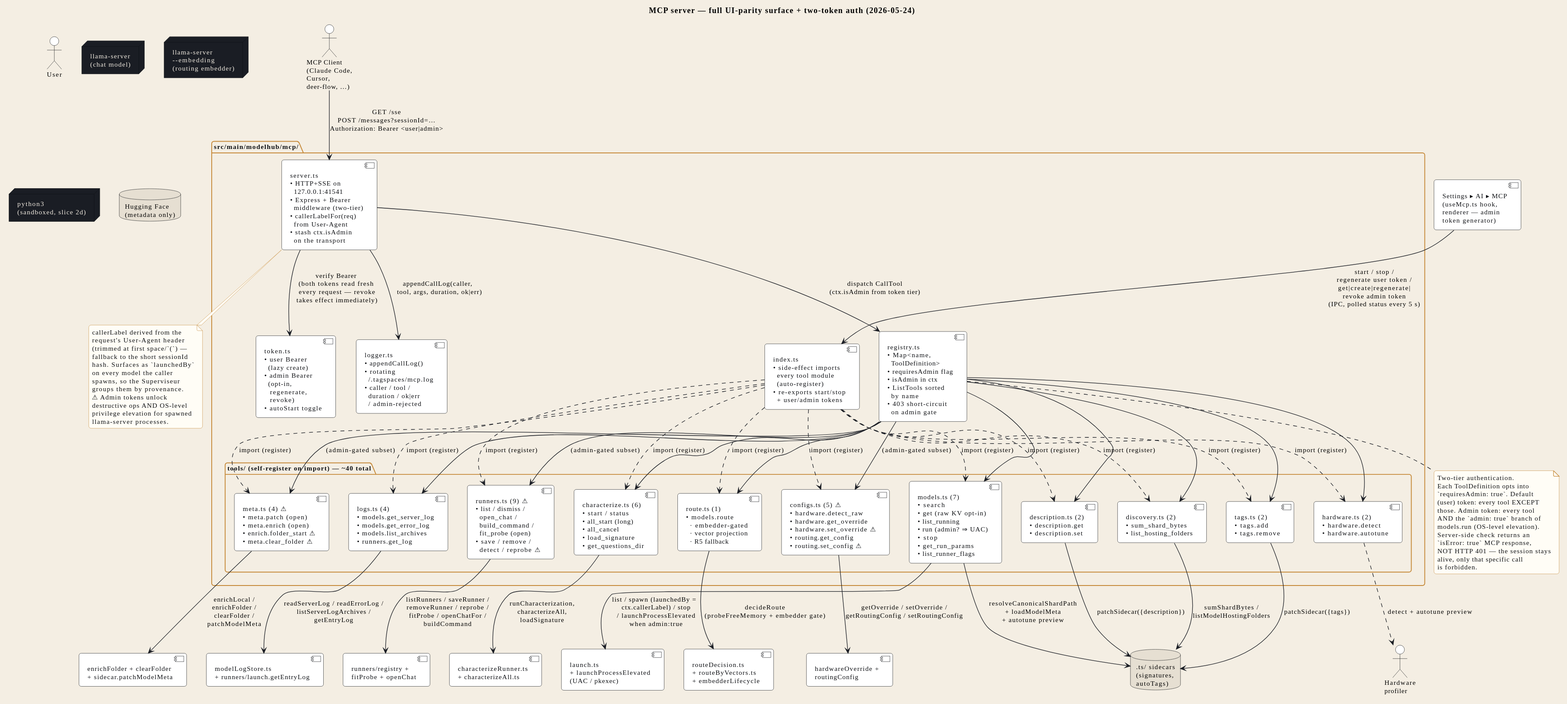
This is docs/en/svg/mcp-server.svg from Syphys/maestria, a PlantUML export, as it was before one commit.
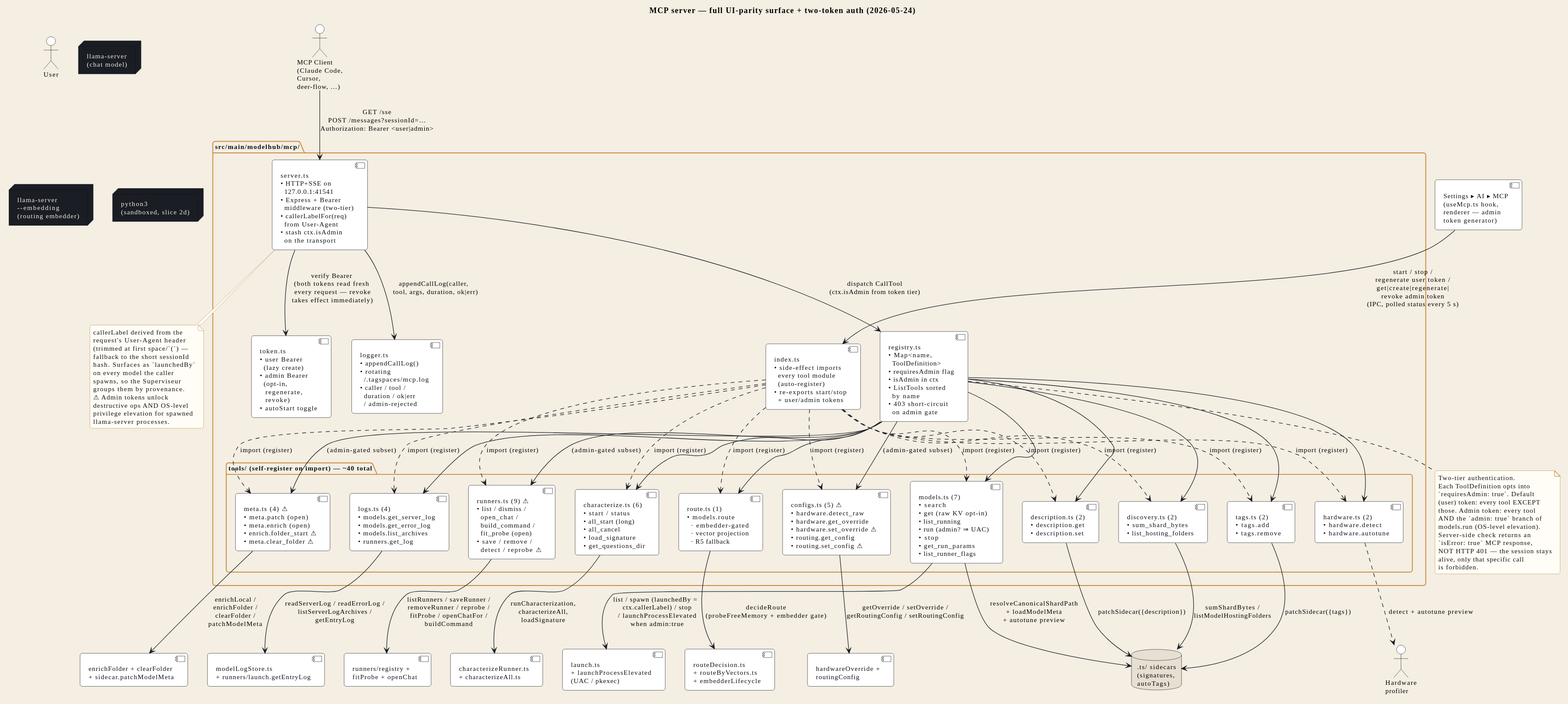
The same file after the commit.

The edit, as a diff of the source:
```diff
@@ -2,23 +2,23 @@
 !include ../_includes/style.iuml
 !include ../_includes/actors.iuml
 
-title MCP server — full UI-parity surface + two-token auth (2026-05-24)
+title STR_MCPDIA_TITLE
 
 package "src/main/modelhub/mcp/" as MCP_PKG {
-  component "index.ts\n• side-effect imports\n  every tool module\n  (auto-register)\n• re-exports start/stop\n  + user/admin tokens" as INDEX
-  component "server.ts\n• HTTP+SSE on\n  127.0.0.1:41541\n• Express + Bearer\n  middleware (two-tier)\n• callerLabelFor(req)\n  from User-Agent\n• stash ctx.isAdmin\n  on the transport" as SERVER
-  component "registry.ts\n• Map<name,\n  ToolDefinition>\n• requiresAdmin flag\n• isAdmin in ctx\n• ListTools sorted\n  by name\n• 403 short-circuit\n  on admin gate" as REG
-  component "token.ts\n• user Bearer\n  (lazy create)\n• admin Bearer\n  (opt-in,\n   regenerate,\n   revoke)\n• autoStart toggle" as TOKEN
-  component "logger.ts\n• appendCallLog()\n• rotating\n  ~/.tagspaces/mcp.log\n• caller / tool /\n  duration / ok|err\n  / admin-rejected" as LOGGER
+  component "STR_MCPDIA_INDEX" as INDEX
+  component "STR_MCPDIA_SERVER" as SERVER
+  component "STR_MCPDIA_REG" as REG
+  component "STR_MCPDIA_TOKEN" as TOKEN
+  component "STR_MCPDIA_LOGGER" as LOGGER
 
-  package "tools/ (self-register on import) — ~40 total" as TOOLS {
-    component "models.ts (7)\n• search\n• get  (raw KV opt-in)\n• list_running\n• run (admin? ⇒ UAC)\n• stop\n• get_run_params\n• list_runner_flags" as T_MODELS
-    component "route.ts (1)\n• models.route\n  · embedder-gated\n  · vector projection\n  · R5 fallback" as T_ROUTE
+  package "STR_MCPDIA_TOOLS_PKG_LABEL" as TOOLS {
+    component "STR_MCPDIA_T_MODELS" as T_MODELS
+    component "STR_MCPDIA_T_ROUTE" as T_ROUTE
     component "characterize.ts (6)\n• start / status\n• all_start (long)\n• all_cancel\n• load_signature\n• get_questions_dir" as T_CHAR
     component "logs.ts (4)\n• models.get_server_log\n• models.get_error_log\n• models.list_archives\n• runners.get_log" as T_LOGS
-    component "meta.ts (4) ⚠\n• meta.patch (open)\n• meta.enrich (open)\n• enrich.folder_start ⚠\n• meta.clear_folder ⚠" as T_META
+    component "STR_MCPDIA_T_META" as T_META
     component "discovery.ts (2)\n• sum_shard_bytes\n• list_hosting_folders" as T_DISC
-    component "runners.ts (9) ⚠\n• list / dismiss /\n  open_chat /\n  build_command /\n  fit_probe (open)\n• save / remove /\n  detect / reprobe ⚠" as T_RUNN
+    component "STR_MCPDIA_T_RUNN" as T_RUNN
     component "configs.ts (5) ⚠\n• hardware.detect_raw\n• hardware.get_override\n• hardware.set_override ⚠\n• routing.get_config\n• routing.set_config ⚠" as T_CFG
     component "tags.ts (2)\n• tags.add\n• tags.remove" as T_TAGS
     component "description.ts (2)\n• description.get\n• description.set" as T_DESC
@@ -33,21 +33,21 @@
 component "enrichFolder + clearFolder\n+ sidecar.patchModelMeta" as META_CORE
 component "runners/registry +\nfitProbe + openChat" as RUNN_CORE
 component "hardwareOverride +\nroutingConfig" as CFG_CORE
-component "Settings ▸ AI ▸ MCP\n(useMcp.ts hook,\nrenderer — admin\ntoken generator)" as UI_SETTINGS_R
+component "STR_MCPDIA_UI_SETTINGS_R" as UI_SETTINGS_R
 
 MCP_CLIENT --> SERVER : GET /sse\nPOST /messages?sessionId=…\nAuthorization: Bearer <user|admin>
-SERVER --> TOKEN : verify Bearer\n(both tokens read fresh\n every request — revoke\n takes effect immediately)
-SERVER --> REG : dispatch CallTool\n(ctx.isAdmin from token tier)
-SERVER --> LOGGER : appendCallLog(caller,\n  tool, args, duration, ok|err)
+SERVER --> TOKEN : STR_MCPDIA_REL_VERIFY_BEARER
+SERVER --> REG : STR_MCPDIA_REL_DISPATCH
+SERVER --> LOGGER : STR_MCPDIA_REL_APPEND_LOG
 
 REG --> T_MODELS
 REG --> T_ROUTE
 REG --> T_CHAR
 REG --> T_LOGS
-REG --> T_META : (admin-gated subset)
+REG --> T_META : STR_MCPDIA_REL_ADMIN_GATED
 REG --> T_DISC
-REG --> T_RUNN : (admin-gated subset)
-REG --> T_CFG  : (admin-gated subset)
+REG --> T_RUNN : STR_MCPDIA_REL_ADMIN_GATED
+REG --> T_CFG  : STR_MCPDIA_REL_ADMIN_GATED
 REG --> T_TAGS
 REG --> T_DESC
 REG --> T_HW
@@ -64,9 +64,9 @@
 INDEX ..> T_DESC   : import (register)
 INDEX ..> T_HW     : import (register)
 
-T_MODELS --> LAUNCH : list / spawn (launchedBy =\n  ctx.callerLabel) / stop\n  / launchProcessElevated\n  when admin:true
-T_MODELS --> SIDECARS : resolveCanonicalShardPath\n+ loadModelMeta\n+ autotune preview
-T_ROUTE --> ROUTE_CORE : decideRoute\n(probeFreeMemory + embedder gate)
+T_MODELS --> LAUNCH : STR_MCPDIA_REL_T_MODELS_LAUNCH
+T_MODELS --> SIDECARS : STR_MCPDIA_REL_T_MODELS_SIDE
+T_ROUTE --> ROUTE_CORE : STR_MCPDIA_REL_T_ROUTE
 T_CHAR --> CHAR_CORE : runCharacterization,\ncharacterizeAll,\nloadSignature
 T_LOGS --> LOGS_CORE : readServerLog / readErrorLog /\nlistServerLogArchives /\ngetEntryLog
 T_META --> META_CORE : enrichLocal /\nenrichFolder /\nclearFolder /\npatchModelMeta
@@ -75,37 +75,37 @@
 T_CFG --> CFG_CORE : getOverride / setOverride /\ngetRoutingConfig / setRoutingConfig
 T_TAGS --> SIDECARS : patchSidecar({tags})
 T_DESC --> SIDECARS : patchSidecar({description})
-T_HW ..> "Hardware\nprofiler" : detect + autotune preview
+T_HW ..> "STR_MCPDIA_HW_LABEL" : STR_MCPDIA_REL_T_HW
 
-UI_SETTINGS_R --> INDEX : start / stop /\nregenerate user token /\nget|create|regenerate|\nrevoke admin token\n(IPC, polled status every 5 s)
+UI_SETTINGS_R --> INDEX : STR_MCPDIA_REL_UI_SETTINGS
 
 note bottom of REG
-  Two-tier authentication.
-  Each ToolDefinition opts into
-  `requiresAdmin: true`. Default
-  (user) token: every tool EXCEPT
-  those. Admin token: every tool
-  AND the `admin: true` branch of
-  models.run (OS-level elevation).
-  Server-side check returns an
-  `isError: true` MCP response,
-  NOT HTTP 401 — the session stays
-  alive, only that specific call
-  is forbidden.
+  STR_MCPDIA_NOTE_REG_L1
+  STR_MCPDIA_NOTE_REG_L2
+  STR_MCPDIA_NOTE_REG_L3
+  STR_MCPDIA_NOTE_REG_L4
+  STR_MCPDIA_NOTE_REG_L5
+  STR_MCPDIA_NOTE_REG_L6
+  STR_MCPDIA_NOTE_REG_L7
+  STR_MCPDIA_NOTE_REG_L8
+  STR_MCPDIA_NOTE_REG_L9
+  STR_MCPDIA_NOTE_REG_L10
+  STR_MCPDIA_NOTE_REG_L11
+  STR_MCPDIA_NOTE_REG_L12
 end note
 
 note bottom of SERVER
-  callerLabel derived from the
-  request's User-Agent header
-  (trimmed at first space/`(`) —
-  fallback to the short sessionId
-  hash. Surfaces as `launchedBy`
-  on every model the caller
-  spawns, so the Superviseur
-  groups them by provenance.
-  ⚠ Admin tokens unlock
-  destructive ops AND OS-level
-  privilege elevation for spawned
-  llama-server processes.
+  STR_MCPDIA_NOTE_SRV_L1
+  STR_MCPDIA_NOTE_SRV_L2
+  STR_MCPDIA_NOTE_SRV_L3
+  STR_MCPDIA_NOTE_SRV_L4
+  STR_MCPDIA_NOTE_SRV_L5
+  STR_MCPDIA_NOTE_SRV_L6
+  STR_MCPDIA_NOTE_SRV_L7
+  STR_MCPDIA_NOTE_SRV_L8
+  STR_MCPDIA_NOTE_SRV_L9
+  STR_MCPDIA_NOTE_SRV_L10
+  STR_MCPDIA_NOTE_SRV_L11
+  STR_MCPDIA_NOTE_SRV_L12
 end note
 @enduml
```
